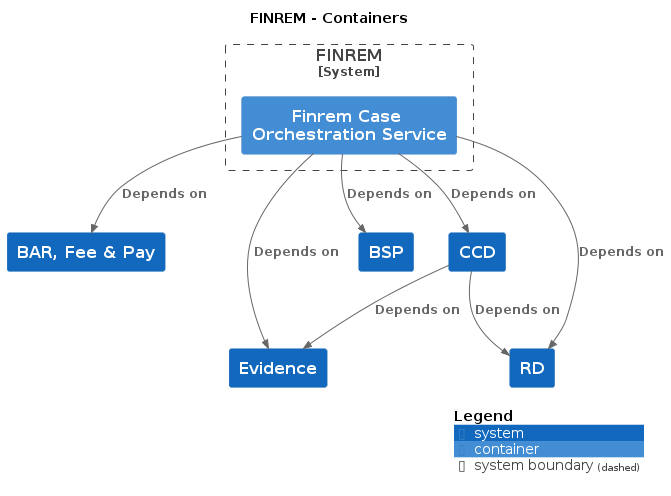
Earlier version of the PlantUML export docs/c4/finrem/images/structurizr-finrem-overview.png (hmcts/cnp-api-docs). Source of this version:
```plantuml
@startuml
title FINREM - Containers

top to bottom direction

!include https://raw.githubusercontent.com/plantuml-stdlib/C4-PlantUML/master/C4.puml
!include https://raw.githubusercontent.com/plantuml-stdlib/C4-PlantUML/master/C4_Context.puml
!include https://raw.githubusercontent.com/plantuml-stdlib/C4-PlantUML/master/C4_Container.puml

System(RD, "RD", "", $tags="")
System(CCD, "CCD", "", $tags="")
System(BARFeePay, "BAR, Fee & Pay", "", $tags="")
System(BSP, "BSP", "", $tags="")
System(Evidence, "Evidence", "", $tags="")

System_Boundary("FINREM_boundary", "FINREM") {
  Container(FINREM.FinremCaseOrchestrationService, "Finrem Case Orchestration Service", "", $tags="")
}

Rel_D(CCD, Evidence, "Depends on", $tags="")
Rel_D(CCD, RD, "Depends on", $tags="")
Rel_D(FINREM.FinremCaseOrchestrationService, BARFeePay, "Depends on", $tags="")
Rel_D(FINREM.FinremCaseOrchestrationService, CCD, "Depends on", $tags="")
Rel_D(FINREM.FinremCaseOrchestrationService, BSP, "Depends on", $tags="")
Rel_D(FINREM.FinremCaseOrchestrationService, Evidence, "Depends on", $tags="")
Rel_D(FINREM.FinremCaseOrchestrationService, RD, "Depends on", $tags="")

SHOW_DYNAMIC_LEGEND()
@enduml
```
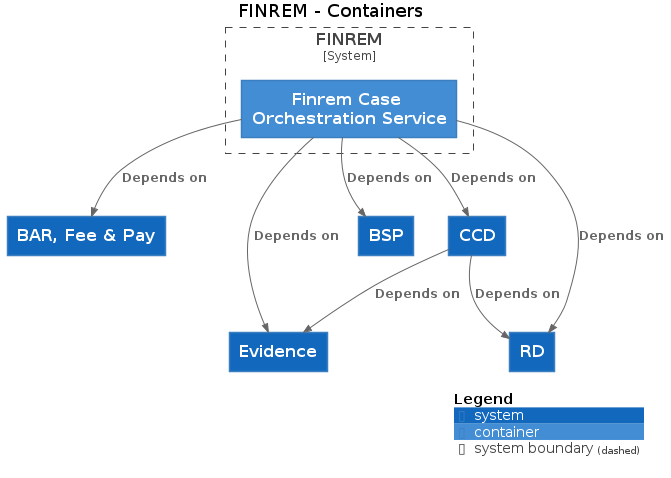
After the change.

What changed in the source:
```diff
@@ -3,27 +3,27 @@
 
 top to bottom direction
 
-!include https://raw.githubusercontent.com/plantuml-stdlib/C4-PlantUML/master/C4.puml
-!include https://raw.githubusercontent.com/plantuml-stdlib/C4-PlantUML/master/C4_Context.puml
-!include https://raw.githubusercontent.com/plantuml-stdlib/C4-PlantUML/master/C4_Container.puml
+!includeurl https://raw.githubusercontent.com/plantuml-stdlib/C4-PlantUML/master/C4.puml
+!includeurl https://raw.githubusercontent.com/plantuml-stdlib/C4-PlantUML/master/C4_Context.puml
+!includeurl https://raw.githubusercontent.com/plantuml-stdlib/C4-PlantUML/master/C4_Container.puml
 
-System(RD, "RD", "", $tags="")
-System(CCD, "CCD", "", $tags="")
-System(BARFeePay, "BAR, Fee & Pay", "", $tags="")
-System(BSP, "BSP", "", $tags="")
-System(Evidence, "Evidence", "", $tags="")
+System(RD, "RD", "")
+System(CCD, "CCD", "")
+System(BARFeePay, "BAR, Fee & Pay", "")
+System(BSP, "BSP", "")
+System(Evidence, "Evidence", "")
 
 System_Boundary("FINREM_boundary", "FINREM") {
-  Container(FINREM.FinremCaseOrchestrationService, "Finrem Case Orchestration Service", "", $tags="")
+  Container(FINREM.FinremCaseOrchestrationService, "Finrem Case Orchestration Service", "")
 }
 
-Rel_D(CCD, Evidence, "Depends on", $tags="")
-Rel_D(CCD, RD, "Depends on", $tags="")
-Rel_D(FINREM.FinremCaseOrchestrationService, BARFeePay, "Depends on", $tags="")
-Rel_D(FINREM.FinremCaseOrchestrationService, CCD, "Depends on", $tags="")
-Rel_D(FINREM.FinremCaseOrchestrationService, BSP, "Depends on", $tags="")
-Rel_D(FINREM.FinremCaseOrchestrationService, Evidence, "Depends on", $tags="")
-Rel_D(FINREM.FinremCaseOrchestrationService, RD, "Depends on", $tags="")
+Rel_D(CCD, Evidence, "Depends on")
+Rel_D(CCD, RD, "Depends on")
+Rel_D(FINREM.FinremCaseOrchestrationService, BARFeePay, "Depends on")
+Rel_D(FINREM.FinremCaseOrchestrationService, CCD, "Depends on")
+Rel_D(FINREM.FinremCaseOrchestrationService, BSP, "Depends on")
+Rel_D(FINREM.FinremCaseOrchestrationService, Evidence, "Depends on")
+Rel_D(FINREM.FinremCaseOrchestrationService, RD, "Depends on")
 
 SHOW_DYNAMIC_LEGEND()
 @enduml
```
